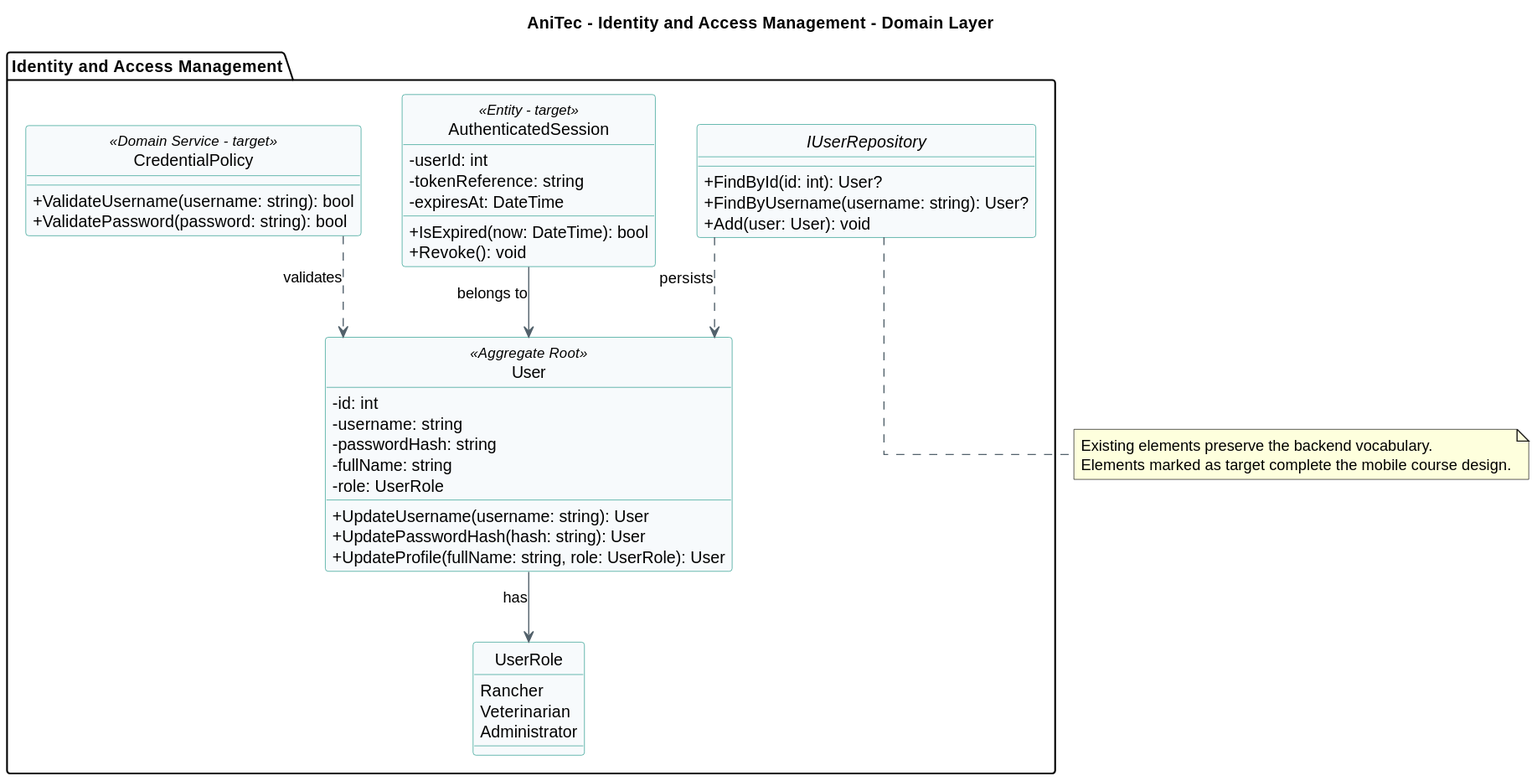
Above: markdown/assets/codefordiagrams/2-6-1-Bounded-Context-Identity-and-Access-Management/2-6-1-domain-layer-class-diagram.svg in ADM-1ACC0238-2620-13975-Grupo01/Informe (PlantUML), before the change.
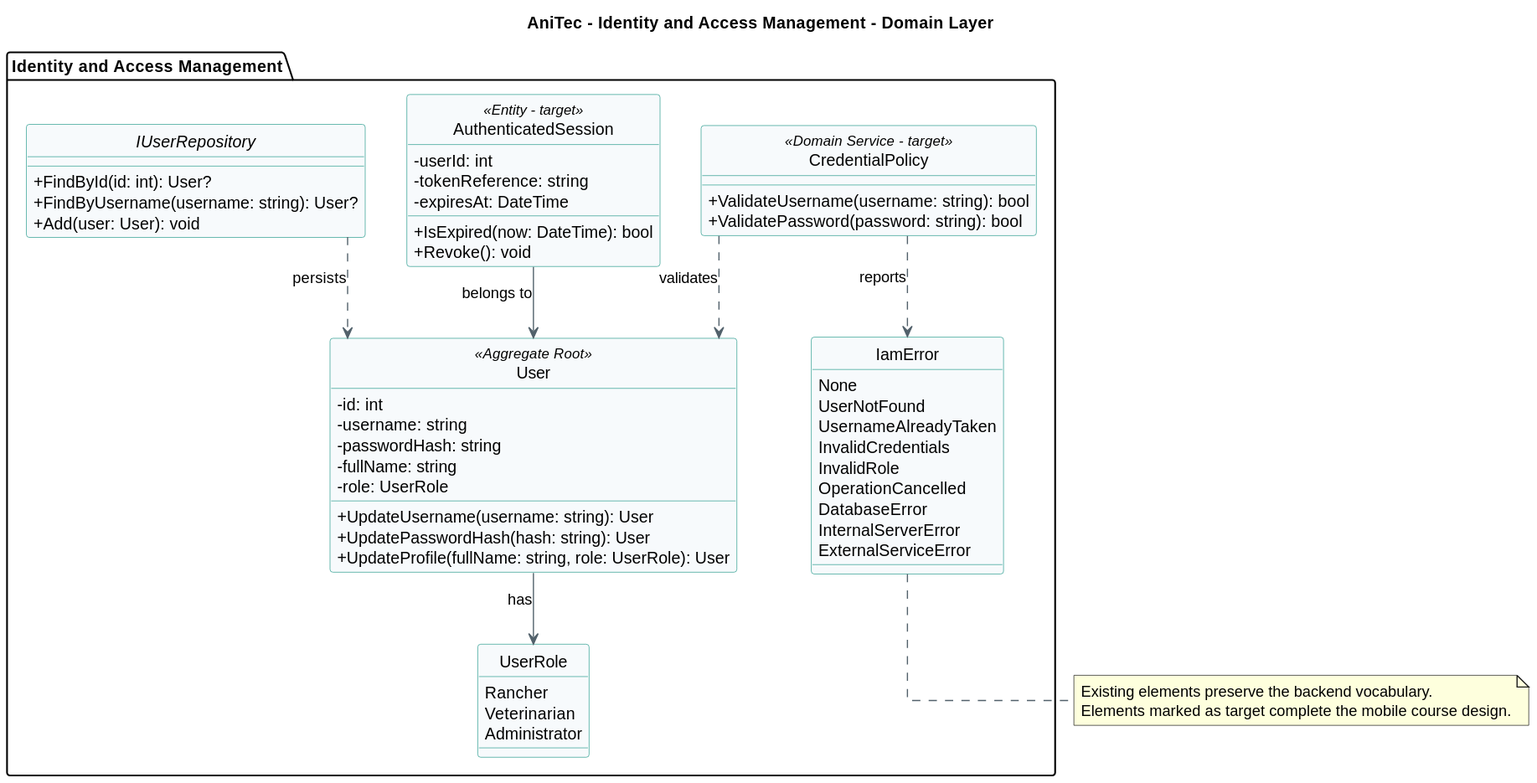
Above is the later version.

The edit, as a diff of the source:
```diff
@@ -46,6 +46,18 @@
 AuthenticatedSession --> User : belongs to
 CredentialPolicy ..> User : validates
 IUserRepository ..> User : persists
+enum IamError {
+  None
+  UserNotFound
+  UsernameAlreadyTaken
+  InvalidCredentials
+  InvalidRole
+  OperationCancelled
+  DatabaseError
+  InternalServerError
+  ExternalServiceError
+}
+CredentialPolicy ..> IamError : reports
 }
 
 note bottom
```
